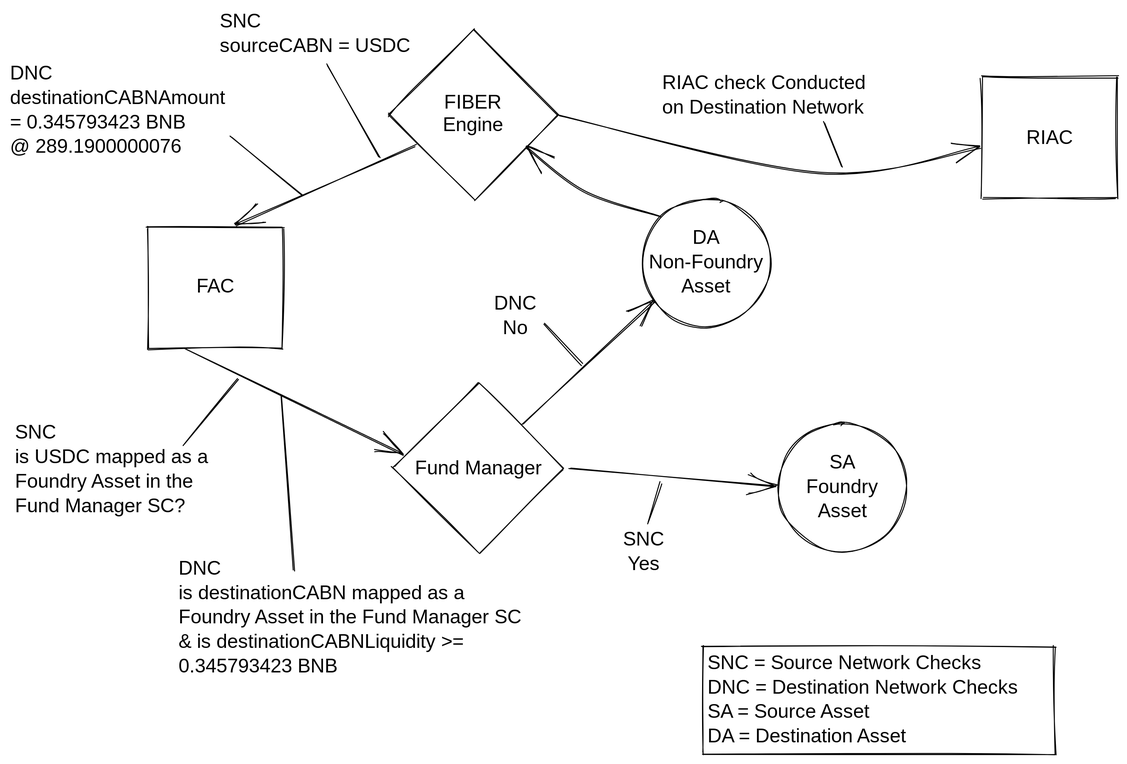
Earlier version of the Excalidraw export .gitbook/assets/file.drawing (1).svg (ferrumnet/ferrum-network-multiSwap-and-bridge-architecture). Source tidied: one line per element, renumbered; positions are measured from the earlier drawing's top-left corner, leaving out a move shared by most shapes.
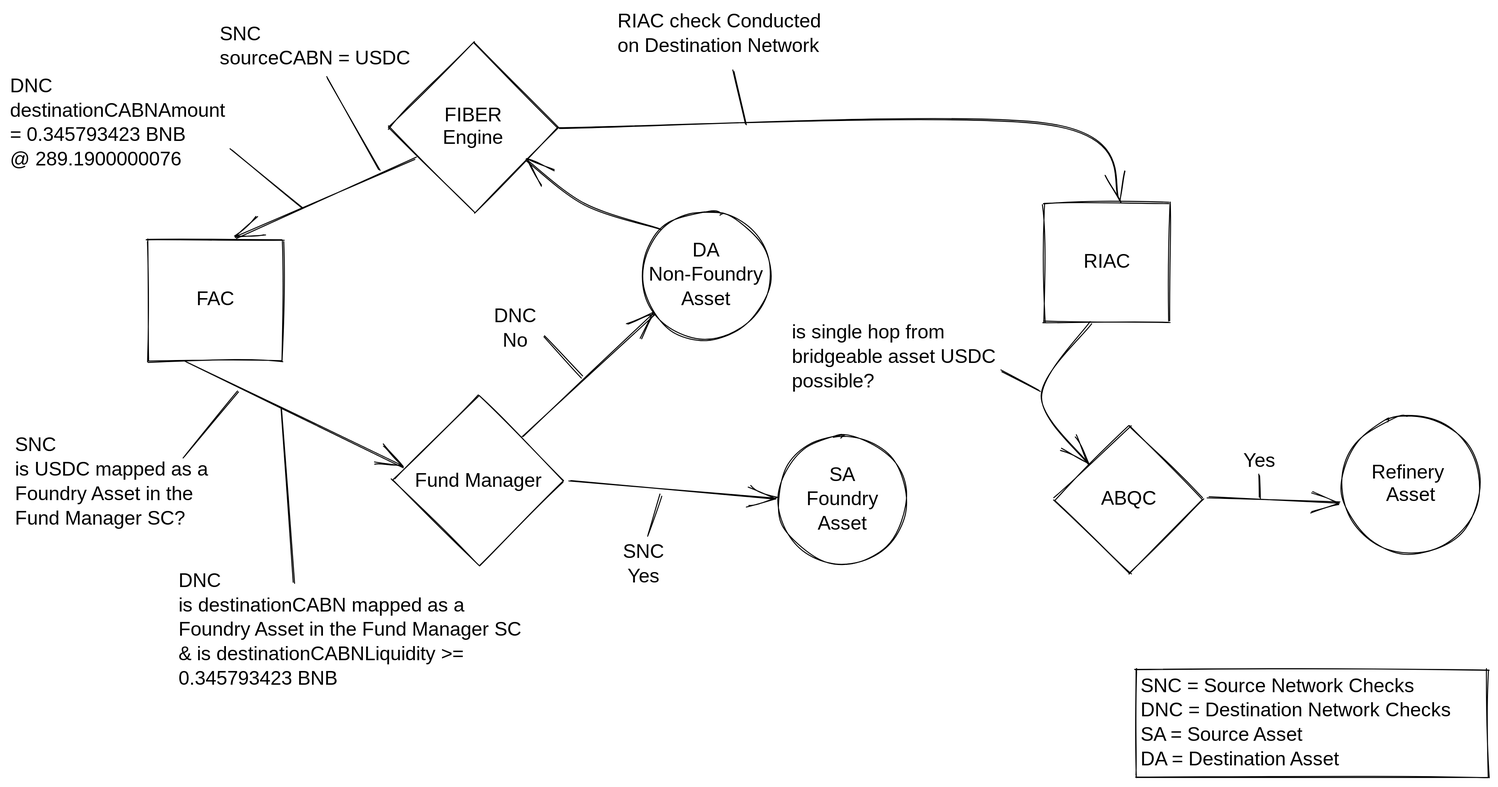
The same file after the commit.

Commit message:
GitBook: [#135] No subject

The edit, as a diff of the source:
```diff
@@ -3,9 +3,7 @@
 {"id": 2, "type": "text", "text": "FIBER\nEngine", "strokeColor": "#000000", "strokeWidth": 1, "roughness": 1, "fontSize": 20, "fontFamily": 1, "textAlign": "center", "verticalAlign": "middle", "inside": 0, "x": 391, "y": 84, "width": 164, "height": 46}
 {"id": 3, "type": "text", "text": "Fund Manager", "strokeColor": "#000000", "strokeWidth": 1, "roughness": 1, "fontSize": 20, "fontFamily": 1, "textAlign": "center", "verticalAlign": "middle", "inside": 1, "x": 397, "y": 457, "width": 164, "height": 25}
 {"id": 4, "type": "rectangle", "strokeColor": "#000000", "strokeWidth": 1, "roughness": 1, "x": 141, "y": 222, "width": 138, "height": 124}
-{"id": 5, "type": "rectangle", "strokeColor": "#000000", "strokeWidth": 1, "roughness": 1, "x": 994, "y": 69, "width": 138, "height": 124}
 {"id": 6, "type": "text", "text": "FAC", "strokeColor": "#000000", "strokeWidth": 1, "roughness": 1, "fontSize": 20, "fontFamily": 1, "textAlign": "center", "verticalAlign": "middle", "inside": 4, "x": 146, "y": 272, "width": 128, "height": 23}
-{"id": 7, "type": "text", "text": "RIAC", "strokeColor": "#000000", "strokeWidth": 1, "roughness": 1, "fontSize": 20, "fontFamily": 1, "textAlign": "center", "verticalAlign": "middle", "inside": 5, "x": 999, "y": 119, "width": 128, "height": 25}
 {"id": 8, "type": "arrow", "strokeColor": "#000000", "strokeWidth": 1, "roughness": 1, "endArrowhead": "arrow", "from": 0, "to": 4, "x": 416, "y": 138, "width": 184, "height": 82, "points": [[0, 0], [-184, 82]]}
 {"id": 9, "type": "text", "text": "SNC\nsourceCABN = USDC", "strokeColor": "#000000", "strokeWidth": 1, "roughness": 1, "fontSize": 20, "fontFamily": 1, "x": 214, "y": 0, "width": 205, "height": 50}
 {"id": 10, "type": "line", "strokeColor": "#000000", "strokeWidth": 1, "roughness": 1, "x": 379, "y": 151, "width": 55, "height": 95, "points": [[0, 0], [-55, -95]]}
@@ -23,12 +21,24 @@
 {"id": 22, "type": "text", "text": "DNC\nis destinationCABN mapped as a\nFoundry Asset in the Fund Manager SC\n& is destinationCABNLiquidity >= \n0.345793423 BNB", "strokeColor": "#000000", "strokeWidth": 1, "roughness": 1, "fontSize": 20, "fontFamily": 1, "x": 172, "y": 559, "width": 385, "height": 125}
 {"id": 23, "type": "line", "strokeColor": "#000000", "strokeWidth": 1, "roughness": 1, "x": 291, "y": 574, "width": 15, "height": 178, "points": [[0, 0], [-15, -178]]}
 {"id": 24, "type": "line", "strokeColor": "#000000", "strokeWidth": 1, "roughness": 1, "x": 300, "y": 189, "width": 74, "height": 59, "points": [[0, 0], [-74, -59]]}
-{"id": 25, "type": "rectangle", "strokeColor": "#000000", "strokeWidth": 1, "roughness": 1, "x": 708, "y": 651, "width": 360, "height": 110}
+{"id": 25, "type": "rectangle", "strokeColor": "#000000", "strokeWidth": 1, "roughness": 1, "x": 1151, "y": 662, "width": 360, "height": 110}
-{"id": 26, "type": "text", "text": "SNC = Source Network Checks\nDNC = Destination Network Checks\nSA = Source Asset\nDA = Destination Asset", "strokeColor": "#000000", "strokeWidth": 1, "roughness": 1, "fontSize": 20, "fontFamily": 1, "inside": 25, "x": 713, "y": 656, "width": 350, "height": 100}
+{"id": 26, "type": "text", "text": "SNC = Source Network Checks\nDNC = Destination Network Checks\nSA = Source Asset\nDA = Destination Asset", "strokeColor": "#000000", "strokeWidth": 1, "roughness": 1, "fontSize": 20, "fontFamily": 1, "inside": 25, "x": 1156, "y": 667, "width": 350, "height": 100}
 {"id": 27, "type": "text", "text": "DNC\nNo", "strokeColor": "#000000", "strokeWidth": 1, "roughness": 1, "fontSize": 20, "fontFamily": 1, "textAlign": "center", "x": 496, "y": 289, "width": 41, "height": 50}
 {"id": 28, "type": "line", "strokeColor": "#000000", "strokeWidth": 1, "roughness": 1, "x": 585, "y": 362, "width": 39, "height": 41, "points": [[0, 0], [-39, -41]]}
 {"id": 29, "type": "arrow", "strokeColor": "#000000", "strokeWidth": 1, "roughness": 1, "endArrowhead": "arrow", "from": 1, "to": 15, "x": 524, "y": 423, "width": 135, "height": 125, "points": [[0, 0], [135, -125]]}
-{"id": 30, "type": "text", "text": "RIAC check Conducted\non Destination Network", "strokeColor": "#000000", "strokeWidth": 1, "roughness": 1, "fontSize": 20, "fontFamily": 1, "x": 667, "y": 63, "width": 230, "height": 50}
+{"id": 30, "type": "text", "text": "RIAC check Conducted\non Destination Network", "strokeColor": "#000000", "strokeWidth": 1, "roughness": 1, "fontSize": 20, "fontFamily": 1, "x": 621, "y": -13, "width": 230, "height": 50}
-{"id": 31, "type": "arrow", "strokeColor": "#000000", "strokeWidth": 1, "roughness": 1, "endArrowhead": "arrow", "from": 0, "to": 5, "x": 562, "y": 108, "width": 430, "height": 58, "points": [[0, 0], [266, 58], [430, 33]]}
+{"id": 31, "type": "arrow", "strokeColor": "#000000", "strokeWidth": 1, "roughness": 1, "endArrowhead": "arrow", "from": 0, "to": 36, "x": 562, "y": 108, "width": 574, "height": 81, "points": [[0, 0], [497, -5], [574, 76]]}
-{"id": 32, "type": "line", "strokeColor": "#000000", "strokeWidth": 1, "roughness": 1, "x": 850, "y": 160, "width": 16, "height": 45, "points": [[0, 0], [-16, -45]]}
+{"id": 32, "type": "line", "strokeColor": "#000000", "strokeWidth": 1, "roughness": 1, "x": 752, "y": 104, "width": 11, "height": 55, "points": [[0, 0], [-11, -55]]}
 {"id": 33, "type": "arrow", "strokeColor": "#000000", "strokeWidth": 1, "roughness": 1, "endArrowhead": "arrow", "from": 15, "to": 0, "x": 666, "y": 211, "width": 138, "height": 70, "points": [[0, 0], [-79, -25], [-138, -70]]}
+{"id": 34, "type": "diamond", "strokeColor": "#000000", "strokeWidth": 1, "roughness": 1, "x": 1068, "y": 412, "width": 152, "height": 152}
+{"id": 35, "type": "text", "text": "ABQC", "strokeColor": "#000000", "strokeWidth": 1, "roughness": 1, "fontSize": 20, "fontFamily": 1, "textAlign": "center", "verticalAlign": "middle", "inside": 34, "x": 1073, "y": 476, "width": 142, "height": 23}
+{"id": 36, "type": "rectangle", "strokeColor": "#000000", "strokeWidth": 1, "roughness": 1, "x": 1057, "y": 185, "width": 128, "height": 121}
+{"id": 7, "type": "text", "text": "RIAC", "strokeColor": "#000000", "strokeWidth": 1, "roughness": 1, "fontSize": 20, "fontFamily": 1, "textAlign": "center", "verticalAlign": "middle", "inside": 36, "x": 1062, "y": 234, "width": 118, "height": 23}
+{"id": 37, "type": "ellipse", "strokeColor": "#000000", "strokeWidth": 1, "roughness": 1, "x": 1361, "y": 402, "width": 141, "height": 141}
+{"id": 38, "type": "text", "text": "Refinery \nAsset", "strokeColor": "#000000", "strokeWidth": 1, "roughness": 1, "fontSize": 20, "fontFamily": 1, "textAlign": "center", "verticalAlign": "middle", "inside": 37, "x": 1366, "y": 449, "width": 131, "height": 46}
+{"id": 39, "type": "text", "text": "is single hop from \nbridgeable asset USDC \npossible?", "strokeColor": "#000000", "strokeWidth": 1, "roughness": 1, "fontSize": 20, "fontFamily": 1, "x": 799, "y": 305, "width": 237, "height": 75}
+{"id": 40, "type": "arrow", "strokeColor": "#000000", "strokeWidth": 1, "roughness": 1, "endArrowhead": "arrow", "from": 34, "to": 37, "x": 1224, "y": 487, "width": 135, "height": 4, "points": [[0, 0], [135, 4]]}
+{"id": 41, "type": "text", "text": "Yes", "strokeColor": "#000000", "strokeWidth": 1, "roughness": 1, "fontSize": 20, "fontFamily": 1, "x": 1261, "y": 436, "width": 33, "height": 25}
+{"id": 42, "type": "line", "strokeColor": "#000000", "strokeWidth": 1, "roughness": 1, "x": 1277, "y": 487, "width": 0, "height": 25, "points": [[0, 0], [0, -25]]}
+{"id": 43, "type": "arrow", "strokeColor": "#000000", "strokeWidth": 1, "roughness": 1, "endArrowhead": "arrow", "from": 36, "to": 34, "x": 1105, "y": 307, "width": 52, "height": 145, "points": [[0, 0], [-52, 76], [-2, 145]]}
+{"id": 44, "type": "line", "strokeColor": "#000000", "strokeWidth": 1, "roughness": 1, "x": 1053, "y": 378, "width": 39, "height": 21, "points": [[0, 0], [-39, -21]]}
```
